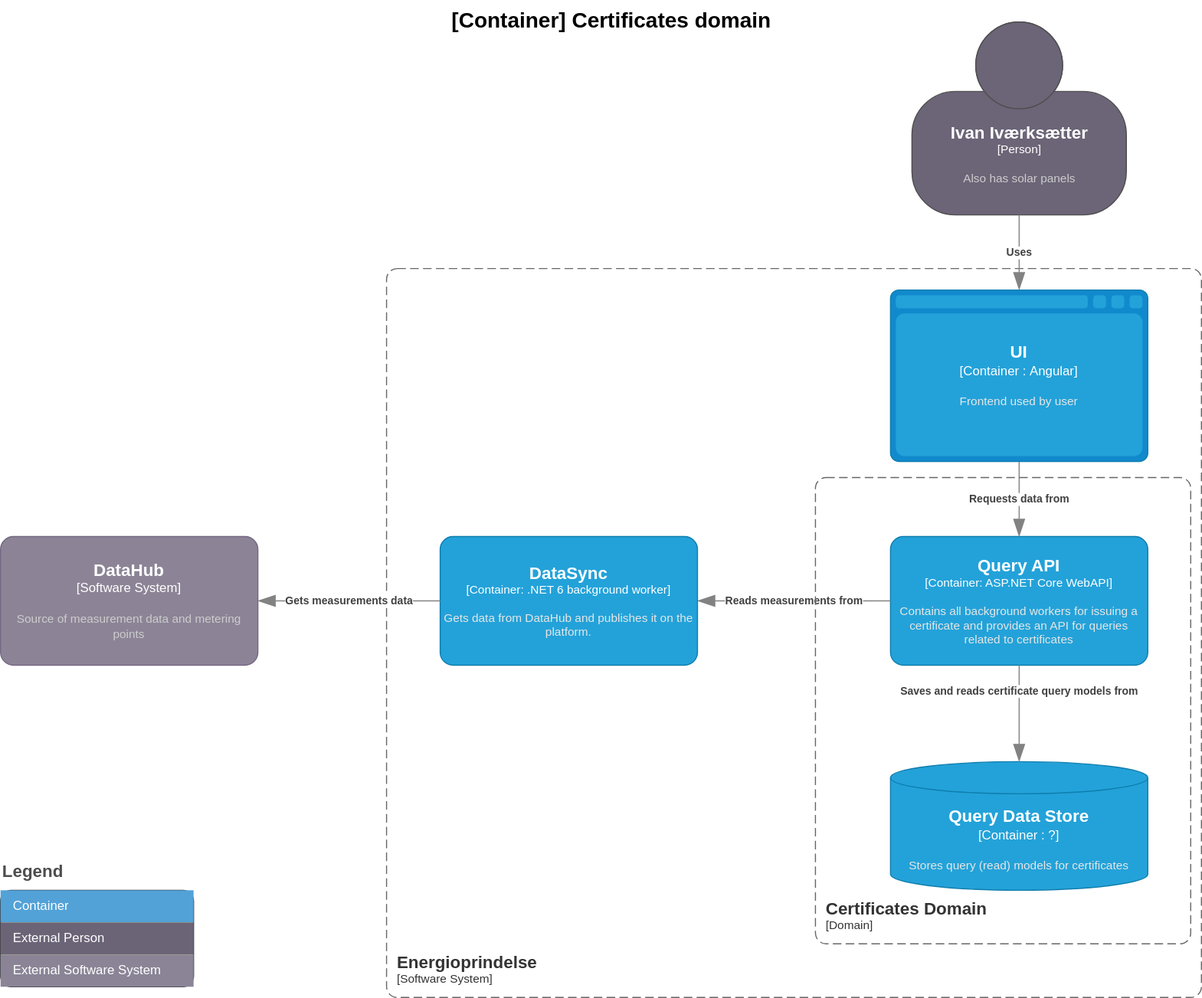
This is doc/architecture/diagrams/certificates.current.container.drawio.svg from Energinet-DataHub/energy-origin, a draw.io export, as it was before one commit. Source tidied: cells renumbered, new cells last; positions are measured from the earlier drawing's top-left corner, leaving out a move shared by most shapes.
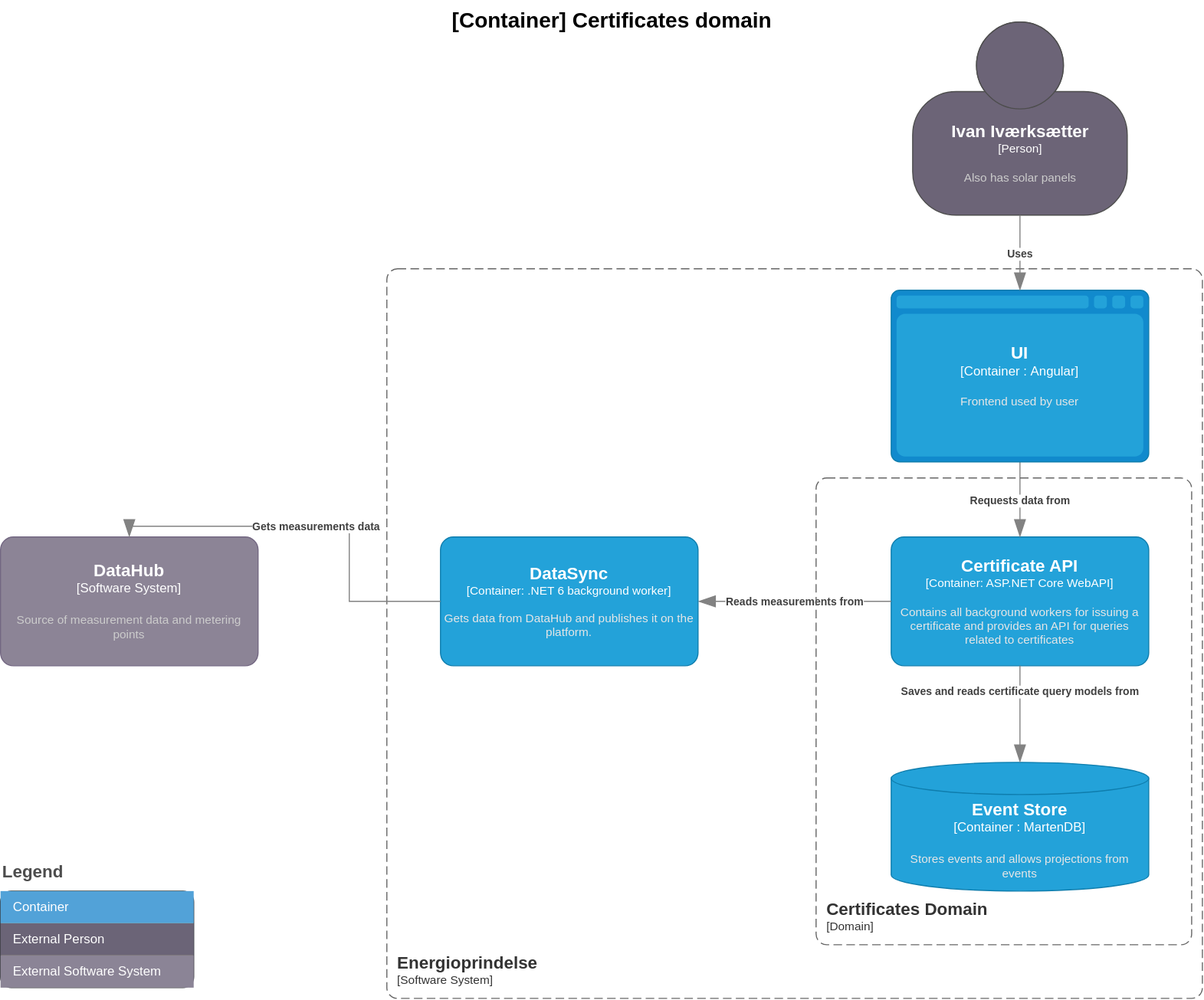
After the change.

Diff of the diagram source:
```diff
@@ -7,12 +7,12 @@
         <mxGeometry x="360" y="250" width="760" height="680" as="geometry" />
       </mxCell>
     </object>
-    <object id="3" label="&lt;font style=&quot;font-size: 16px&quot;&gt;&lt;b&gt;%c4Name%&lt;/b&gt;&lt;/font&gt;&lt;div&gt;[%c4Type%: %c4Technology%]&lt;/div&gt;&lt;br&gt;&lt;div&gt;&lt;font style=&quot;font-size: 11px&quot;&gt;&lt;font color=&quot;#E6E6E6&quot;&gt;%c4Description%&lt;/font&gt;&lt;/div&gt;" c4Description="Contains all background workers for issuing a certificate and provides an API for queries related to certificates" c4Name="Query API" c4Technology="ASP.NET Core WebAPI" c4Type="Container" placeholders="1">
+    <object id="3" label="&lt;font style=&quot;font-size: 16px&quot;&gt;&lt;b&gt;%c4Name%&lt;/b&gt;&lt;/font&gt;&lt;div&gt;[%c4Type%: %c4Technology%]&lt;/div&gt;&lt;br&gt;&lt;div&gt;&lt;font style=&quot;font-size: 11px&quot;&gt;&lt;font color=&quot;#E6E6E6&quot;&gt;%c4Description%&lt;/font&gt;&lt;/div&gt;" c4Description="Contains all background workers for issuing a certificate and provides an API for queries related to certificates" c4Name="Certificate API" c4Technology="ASP.NET Core WebAPI" c4Type="Container" placeholders="1">
       <mxCell style="rounded=1;whiteSpace=wrap;html=1;fontSize=11;labelBackgroundColor=none;fillColor=#23A2D9;fontColor=#ffffff;align=center;arcSize=10;strokeColor=#0E7DAD;points=[[0.25,0,0],[0.5,0,0],[0.75,0,0],[1,0.25,0],[1,0.5,0],[1,0.75,0],[0.75,1,0],[0.5,1,0],[0.25,1,0],[0,0.75,0],[0,0.5,0],[0,0.25,0]];" parent="1" vertex="1">
         <mxGeometry x="830" y="500" width="240" height="120" as="geometry" />
       </mxCell>
     </object>
-    <object id="4" label="&lt;font style=&quot;font-size: 16px&quot;&gt;&lt;b&gt;%c4Type%&lt;/font&gt;&lt;div&gt;[%c4Container%:&amp;nbsp;%c4Technology%]&lt;/div&gt;&lt;br&gt;&lt;div&gt;&lt;font style=&quot;font-size: 11px&quot;&gt;&lt;font color=&quot;#E6E6E6&quot;&gt;%c4Description%&lt;/font&gt;&lt;/div&gt;" c4Container="Container " c4Description="Stores query (read) models for certificates" c4Technology="?" c4Type="Query Data Store" placeholders="1">
+    <object id="4" label="&lt;font style=&quot;font-size: 16px&quot;&gt;&lt;b&gt;%c4Type%&lt;/font&gt;&lt;div&gt;[%c4Container%:&amp;nbsp;%c4Technology%]&lt;/div&gt;&lt;br&gt;&lt;div&gt;&lt;font style=&quot;font-size: 11px&quot;&gt;&lt;font color=&quot;#E6E6E6&quot;&gt;%c4Description%&lt;/font&gt;&lt;/div&gt;" c4Container="Container " c4Description="Stores events and allows projections from events" c4Technology="MartenDB" c4Type="Event Store" placeholders="1">
       <mxCell style="shape=cylinder3;size=15;whiteSpace=wrap;html=1;boundedLbl=1;rounded=0;labelBackgroundColor=none;fillColor=#23A2D9;fontSize=12;fontColor=#ffffff;align=center;strokeColor=#0E7DAD;points=[[0.5,0,0],[1,0.25,0],[1,0.5,0],[1,0.75,0],[0.5,1,0],[0,0.75,0],[0,0.5,0],[0,0.25,0]];" parent="1" vertex="1">
         <mxGeometry x="830" y="710" width="240" height="120" as="geometry" />
       </mxCell>
```
